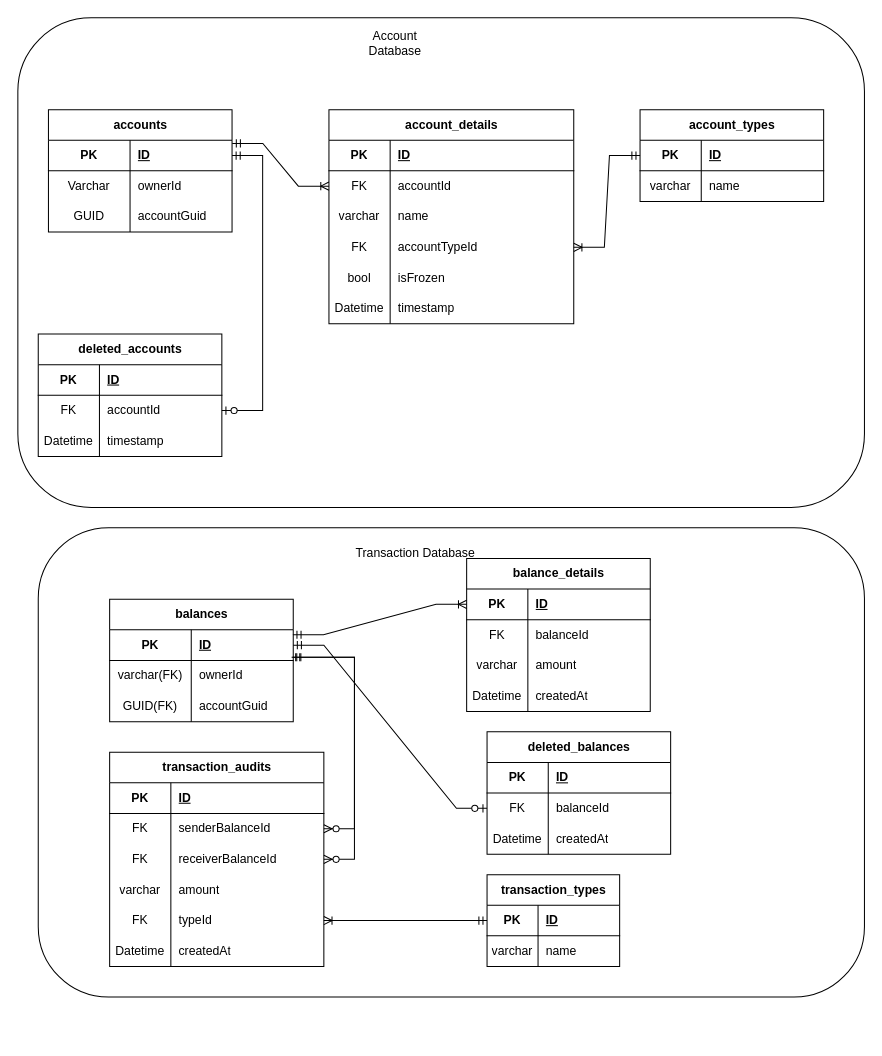
Earlier version of the draw.io diagram docs/diagrams/er-diagrams.drawio (Team-HABO/habo-banking). Source tidied: cells renumbered, new cells numbered last; positions are measured from the earlier drawing's top-left corner, leaving out a move shared by most shapes. Both pictures are drawn from the tidied source at 102%, with x=0, y=0 at pixel (17, 17).
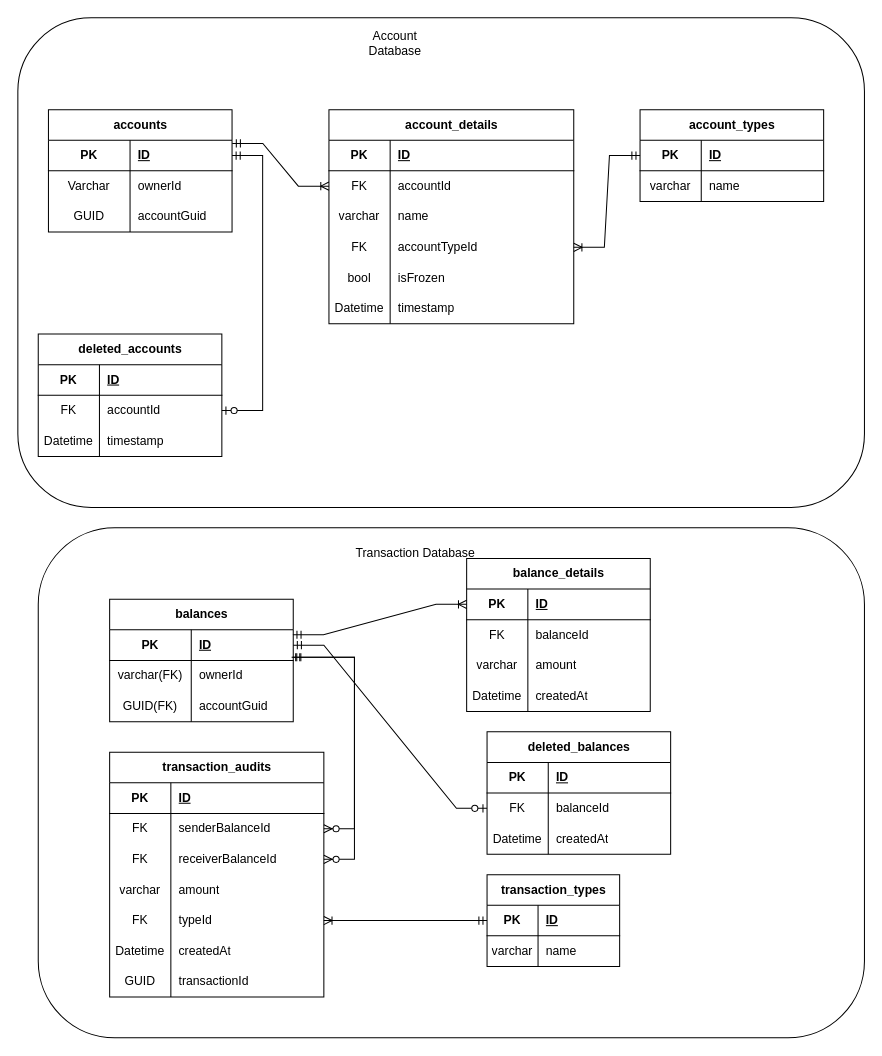
The same diagram, later.

Change to the diagram source:
```diff
@@
     <mxCell id="2" style="rounded=1;whiteSpace=wrap;html=1;" parent="1" vertex="1">
-      <mxGeometry x="20" y="500" width="810" height="460" as="geometry" />
+      <mxGeometry x="20" y="500" width="810" height="500" as="geometry" />
     </mxCell>
@@
     <mxCell id="74" value="transaction_audits" style="shape=table;startSize=30;childLayout=tableLayout;rowLines=0;fontStyle=1;align=center;html=1;" parent="1" vertex="1">
-      <mxGeometry x="90" y="720" width="210" height="210" as="geometry" />
+      <mxGeometry x="90" y="720" width="210" height="240" as="geometry" />
     </mxCell>
@@
+    <mxCell id="119" style="shape=tableRow;horizontal=0;startSize=0;swimlaneHead=0;swimlaneBody=0;fillColor=none;top=0;left=0;right=0;bottom=0;" parent="74" vertex="1">
+      <mxGeometry y="210" width="210" height="30" as="geometry" />
+    </mxCell>
+    <mxCell id="120" value="GUID" style="shape=partialRectangle;fillColor=none;top=0;left=0;bottom=0;right=0;overflow=hidden;whiteSpace=wrap;html=1;" parent="119" vertex="1">
+      <mxGeometry width="60" height="30" as="geometry" />
+    </mxCell>
+    <mxCell id="121" value="transactionId" style="shape=partialRectangle;fillColor=none;top=0;left=0;bottom=0;right=0;align=left;spacingLeft=6;overflow=hidden;whiteSpace=wrap;html=1;" parent="119" vertex="1">
+      <mxGeometry x="60" width="150" height="30" as="geometry" />
+    </mxCell>
```
